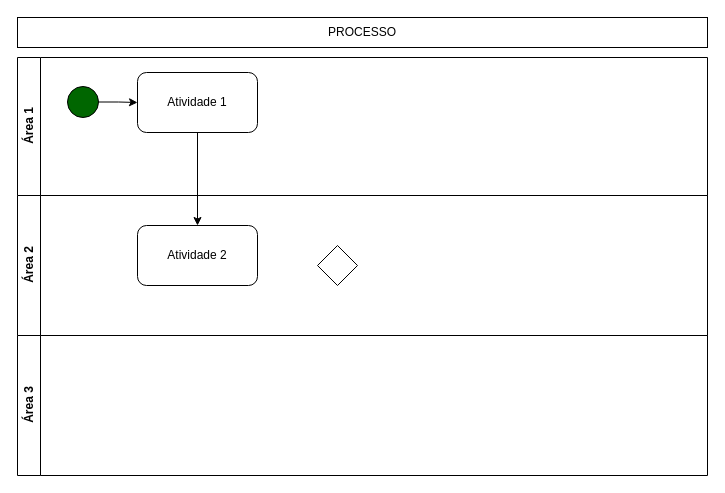
Above: template.drawio in Karennc0/XMOBOTS (draw.io), before the change. Source tidied: cells renumbered, new cells numbered last; positions are measured from the earlier drawing's top-left corner, leaving out a move shared by most shapes. Both pictures are drawn from the tidied source at 100%, with x=0, y=0 at pixel (17, 17).
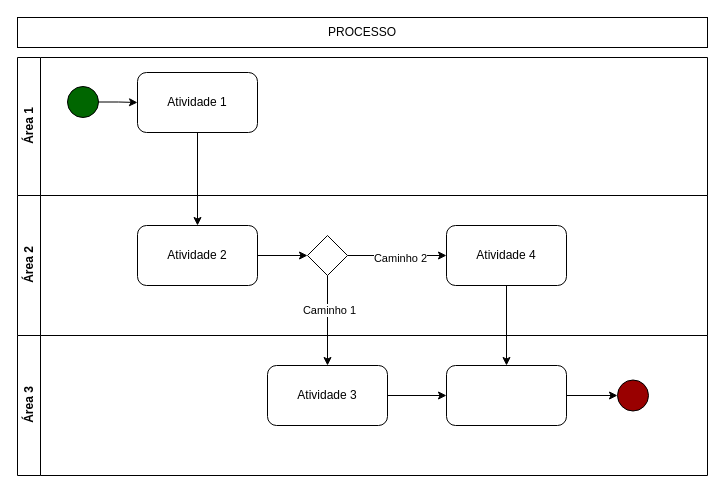
The same diagram, later.

The change refers to these unchanged cells:
```xml
<mxCell id="7" value="Área 2" style="swimlane;horizontal=0;whiteSpace=wrap;html=1;" parent="1" vertex="1">
  <mxGeometry y="178" width="690" height="140" as="geometry" />
</mxCell>
<mxCell id="8" value="Atividade 2" style="whiteSpace=wrap;html=1;rounded=1;" parent="7" vertex="1">
  <mxGeometry x="120" y="30" width="120" height="60" as="geometry" />
</mxCell>
<mxCell id="10" value="Área 3" style="swimlane;horizontal=0;whiteSpace=wrap;html=1;" parent="1" vertex="1">
  <mxGeometry y="318" width="690" height="140" as="geometry" />
</mxCell>
```

The edit, as a diff of the source:
```diff
@@
+    <mxCell id="12" style="edgeStyle=orthogonalEdgeStyle;rounded=0;jettySize=auto;html=1;entryX=0;entryY=0.5;entryDx=0;entryDy=0;" parent="7" edge="1" source="8" target="9">
+      <mxGeometry relative="1" as="geometry" />
+    </mxCell>
@@
+    <mxCell id="13" style="edgeStyle=orthogonalEdgeStyle;rounded=0;jettySize=auto;html=1;" parent="7" edge="1" source="9" target="15">
+      <mxGeometry relative="1" as="geometry" />
+    </mxCell>
+    <mxCell id="14" value="Caminho 2" style="edgeLabel;html=1;align=center;verticalAlign=middle;" parent="13" vertex="1">
+      <mxGeometry x="0.05" y="-2" relative="1" as="geometry" />
+    </mxCell>
     <mxCell id="9" style="rhombus;whiteSpace=wrap;html=1;" parent="7" vertex="1">
-      <mxGeometry x="300" y="50" width="40" height="40" as="geometry" />
+      <mxGeometry x="290" y="40" width="40" height="40" as="geometry" />
     </mxCell>
+    <mxCell id="15" value="Atividade 4" style="rounded=1;whiteSpace=wrap;html=1;" parent="7" vertex="1">
+      <mxGeometry x="429" y="30" width="120" height="60" as="geometry" />
+    </mxCell>
@@
+    <mxCell id="16" style="edgeStyle=orthogonalEdgeStyle;rounded=0;jettySize=auto;html=1;" parent="10" edge="1" source="17" target="19">
+      <mxGeometry relative="1" as="geometry" />
+    </mxCell>
+    <mxCell id="17" value="Atividade 3" style="rounded=1;whiteSpace=wrap;html=1;" parent="10" vertex="1">
+      <mxGeometry x="250" y="30" width="120" height="60" as="geometry" />
+    </mxCell>
+    <mxCell id="18" style="edgeStyle=orthogonalEdgeStyle;rounded=0;jettySize=auto;html=1;" parent="10" edge="1" source="19" target="20">
+      <mxGeometry relative="1" as="geometry" />
+    </mxCell>
+    <mxCell id="19" style="whiteSpace=wrap;html=1;rounded=1;" parent="10" vertex="1">
+      <mxGeometry x="429" y="30" width="120" height="60" as="geometry" />
+    </mxCell>
+    <mxCell id="20" style="ellipse;whiteSpace=wrap;html=1;fillColor=#990000;" parent="10" vertex="1">
+      <mxGeometry x="600" y="44.5" width="31" height="31" as="geometry" />
+    </mxCell>
@@
+    <mxCell id="21" style="edgeStyle=orthogonalEdgeStyle;rounded=0;jettySize=auto;html=1;" parent="1" edge="1" source="9" target="17">
+      <mxGeometry relative="1" as="geometry" />
+    </mxCell>
+    <mxCell id="22" value="Caminho 1" style="edgeLabel;html=1;align=center;verticalAlign=middle;" parent="21" vertex="1">
+      <mxGeometry x="-0.24" y="1" relative="1" as="geometry" />
+    </mxCell>
+    <mxCell id="23" style="edgeStyle=orthogonalEdgeStyle;rounded=0;jettySize=auto;html=1;" parent="1" edge="1" source="15" target="19">
+      <mxGeometry relative="1" as="geometry" />
+    </mxCell>
```
